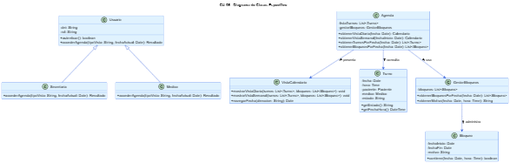
Before: diagramas/01-diagrama-clases/05-clase-visualizar-agenda.png, a diagram exported from PlantUML (angelgc9107-lgtm/SistemaTurnosMedicos_GP6). Its source is kept beside it as diagramas/01-diagrama-clases/05-clase-visualizar-agenda.puml. The source it was exported from:
```plantuml
@startuml CU05-Clases-Visualizar-Agenda
skinparam classAttributeIconSize 0
skinparam class {
    BackgroundColor #E0F2FE
    BorderColor #2563EB
    ArrowColor #1D4ED8
}

title CU-05 - Diagrama de Clases Específico

class Usuario {
    - dni: String
    - rol: String
    + autenticar(): boolean
    + accederAgenda(tipoVista: String, fechaActual: Date): Resultado
}

class Secretaria {
    + accederAgenda(tipoVista: String, fechaActual: Date): Resultado
}

class Medico {
    + accederAgenda(tipoVista: String, fechaActual: Date): Resultado
}

class Agenda {
    - listaTurnos: List<Turno>
    - gestorBloqueos: GestorBloqueos
    + obtenerVistaDiaria(fecha: Date): Calendario
    + obtenerVistaSemanal(fechaInicio: Date): Calendario
    + obtenerTurnosPorFecha(fecha: Date): List<Turno>
    + obtenerBloqueosPorFecha(fecha: Date): List<Bloqueo>
}

class VistaCalendario {
    + mostrarVistaDiaria(turnos: List<Turno>, bloqueos: List<Bloqueo>): void
    + mostrarVistaSemanal(turnos: List<Turno>, bloqueos: List<Bloqueo>): void
    + navegarFecha(direccion: String): Date
}

class Turno {
    - fecha: Date
    - hora: Time
    - paciente: Paciente
    - medico: Medico
    - estado: String
    + getEstado(): String
    + getFechaHora(): DateTime
}

class GestorBloqueos {
    - bloqueos: List<Bloqueo>
    + obtenerBloqueosPorFecha(fecha: Date): List<Bloqueo>
    + obtenerMotivo(fecha: Date, hora: Time): String
}

class Bloqueo {
    - fechaInicio: Date
    - fechaFin: Date
    - motivo: String
    + contiene(fecha: Date, hora: Time): boolean
}

Usuario <|-- Secretaria
Usuario <|-- Medico
Agenda --> Turno : consulta >
Agenda --> GestorBloqueos : usa >
Agenda --> VistaCalendario : presenta >
GestorBloqueos --> Bloqueo : administra >
@enduml
```
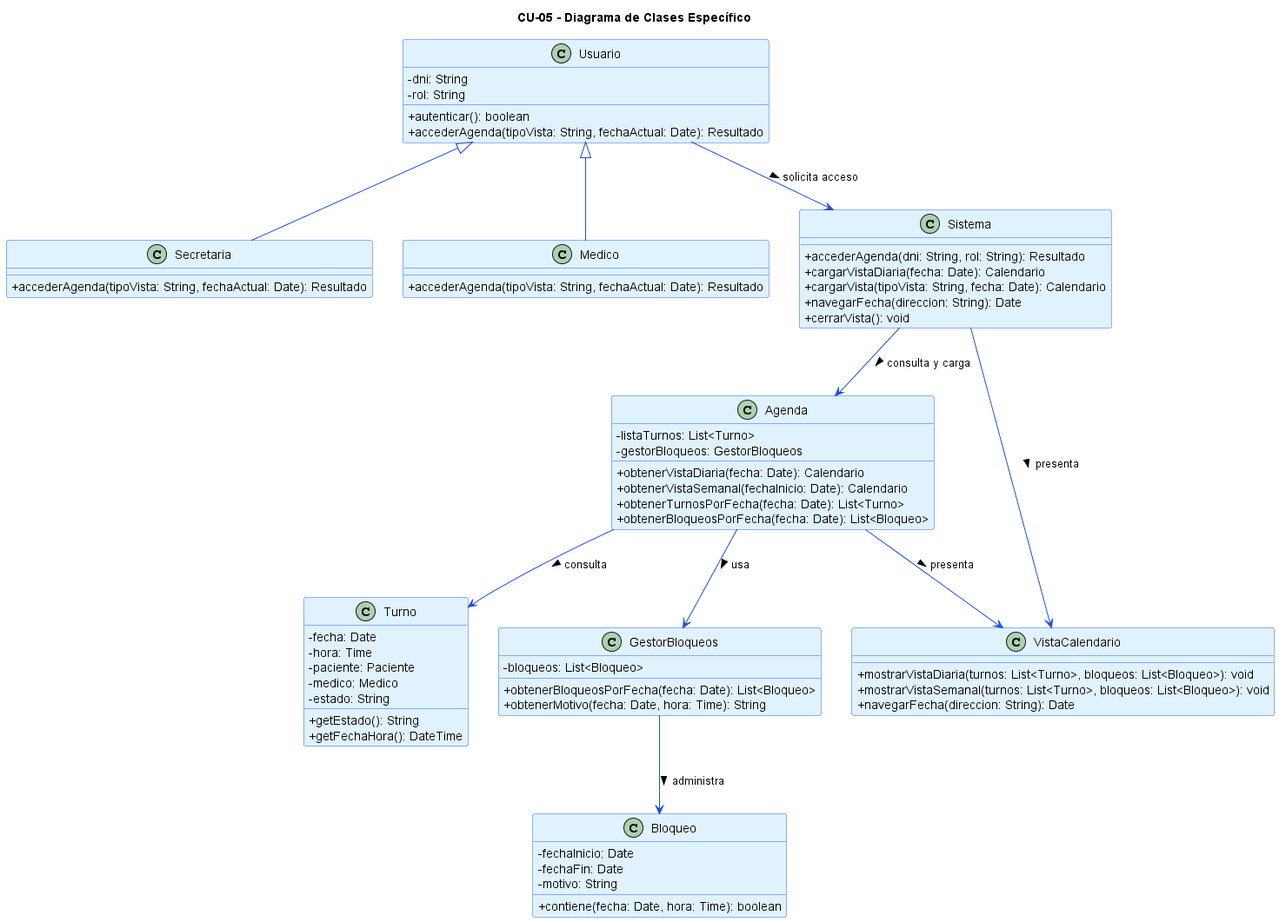
After the change.

Commit message:
Se corrigen diagramas de clases

Change to the diagram source:
```diff
@@ -61,8 +61,19 @@
     + contiene(fecha: Date, hora: Time): boolean
 }
 
+class Sistema {
+    + accederAgenda(dni: String, rol: String): Resultado
+    + cargarVistaDiaria(fecha: Date): Calendario
+    + cargarVista(tipoVista: String, fecha: Date): Calendario
+    + navegarFecha(direccion: String): Date
+    + cerrarVista(): void
+}
+
 Usuario <|-- Secretaria
 Usuario <|-- Medico
+Usuario --> Sistema : solicita acceso >
+Sistema --> Agenda : consulta y carga >
+Sistema --> VistaCalendario : presenta >
 Agenda --> Turno : consulta >
 Agenda --> GestorBloqueos : usa >
 Agenda --> VistaCalendario : presenta >
```
